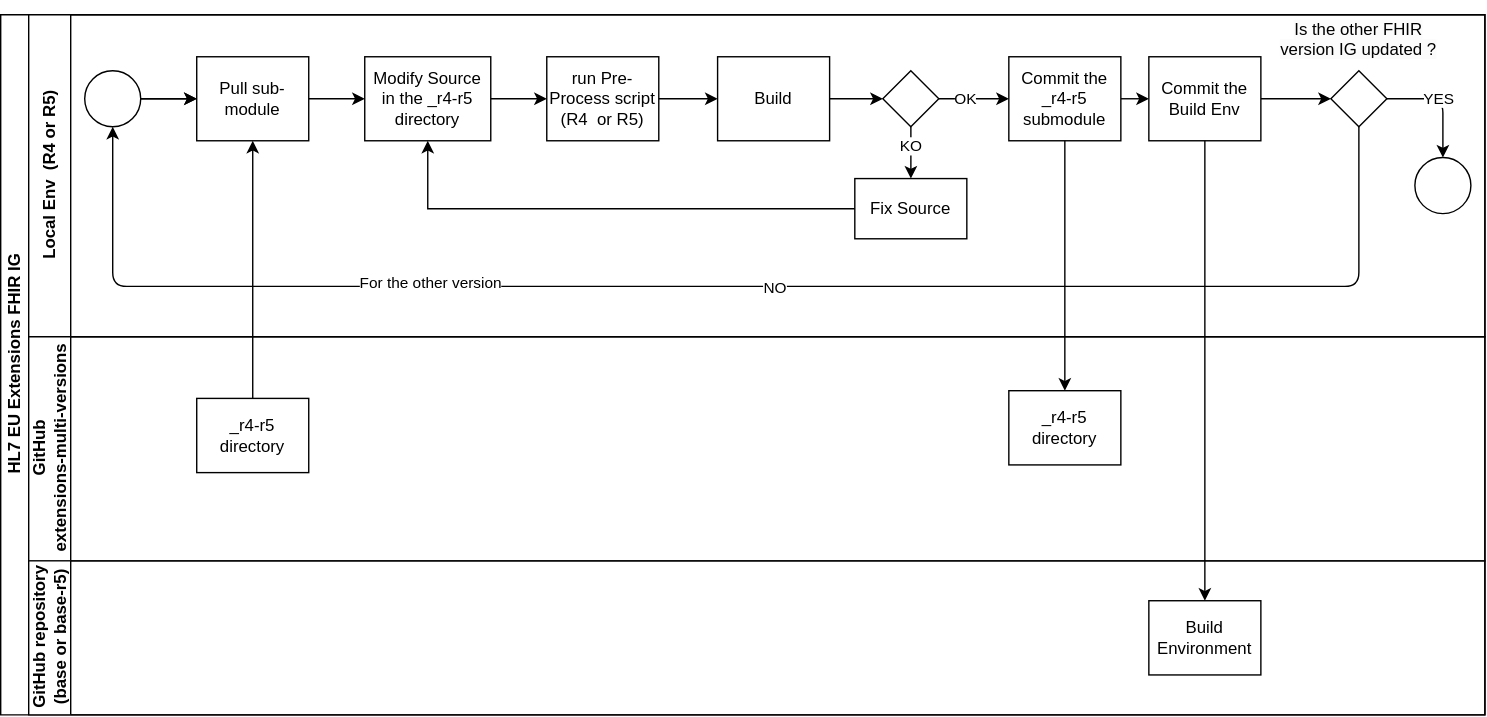
The draw.io diagram change-mgmt.drawio.svg in hl7-eu/extensions, before a commit. Source tidied: cells renumbered, new cells last; positions are measured from the earlier drawing's top-left corner, leaving out a move shared by most shapes. Source of this version:
```xml
<mxGraphModel>
  <root>
    <mxCell id="0" />
    <mxCell id="1" parent="0" />
    <mxCell id="2" value="HL7 EU Extensions FHIR IG" style="swimlane;html=1;horizontal=0;startSize=20;" parent="1" vertex="1">
      <mxGeometry width="1060" height="500" as="geometry" />
    </mxCell>
    <mxCell id="3" value="Local Env&amp;nbsp; (R4 or R5)" style="swimlane;html=1;startSize=30;horizontal=0;" parent="2" vertex="1">
      <mxGeometry x="20" width="1040" height="230" as="geometry" />
    </mxCell>
    <mxCell id="4" style="edgeStyle=orthogonalEdgeStyle;rounded=0;jettySize=auto;html=1;" parent="3" edge="1" source="6" target="24">
      <mxGeometry relative="1" as="geometry" />
    </mxCell>
    <mxCell id="5" style="edgeStyle=none;html=1;" parent="3" edge="1" source="6" target="24">
      <mxGeometry relative="1" as="geometry" />
    </mxCell>
    <mxCell id="6" style="ellipse;whiteSpace=wrap;html=1;" parent="3" vertex="1">
      <mxGeometry x="40" y="40" width="40" height="40" as="geometry" />
    </mxCell>
    <mxCell id="7" style="edgeStyle=orthogonalEdgeStyle;rounded=0;jettySize=auto;html=1;exitX=1;exitY=0.5;exitDx=0;exitDy=0;entryX=0;entryY=0.5;entryDx=0;entryDy=0;" parent="3" edge="1" source="8" target="10">
      <mxGeometry relative="1" as="geometry" />
    </mxCell>
    <mxCell id="8" value="Modify Source in the _r4-r5 directory" style="rounded=0;whiteSpace=wrap;html=1;fontFamily=Helvetica;fontSize=12;fontColor=#000000;align=center;" parent="3" vertex="1">
      <mxGeometry x="240" y="30" width="90" height="60" as="geometry" />
    </mxCell>
    <mxCell id="9" style="edgeStyle=orthogonalEdgeStyle;rounded=0;jettySize=auto;html=1;" parent="3" edge="1" source="10" target="22">
      <mxGeometry relative="1" as="geometry" />
    </mxCell>
    <mxCell id="10" value="run Pre-Process script (R4&amp;nbsp; or R5)" style="rounded=0;whiteSpace=wrap;html=1;fontFamily=Helvetica;fontSize=12;fontColor=#000000;align=center;" parent="3" vertex="1">
      <mxGeometry x="370" y="30" width="80" height="60" as="geometry" />
    </mxCell>
    <mxCell id="11" style="edgeStyle=none;html=1;entryX=0;entryY=0.5;entryDx=0;entryDy=0;" parent="3" edge="1" source="12" target="30">
      <mxGeometry relative="1" as="geometry" />
    </mxCell>
    <mxCell id="12" value="Commit the _r4-r5 submodule" style="rounded=0;whiteSpace=wrap;html=1;fontFamily=Helvetica;fontSize=12;fontColor=#000000;align=center;" parent="3" vertex="1">
      <mxGeometry x="700" y="30" width="80" height="60" as="geometry" />
    </mxCell>
    <mxCell id="13" style="edgeStyle=orthogonalEdgeStyle;rounded=0;jettySize=auto;html=1;" parent="3" edge="1" source="17" target="20">
      <mxGeometry relative="1" as="geometry" />
    </mxCell>
    <mxCell id="14" value="KO" style="edgeLabel;html=1;align=center;verticalAlign=middle;" parent="13" vertex="1">
      <mxGeometry x="-0.33" relative="1" as="geometry" />
    </mxCell>
    <mxCell id="15" style="edgeStyle=orthogonalEdgeStyle;rounded=0;jettySize=auto;html=1;" parent="3" edge="1" source="17" target="12">
      <mxGeometry relative="1" as="geometry" />
    </mxCell>
    <mxCell id="16" value="OK" style="edgeLabel;html=1;align=center;verticalAlign=middle;" parent="15" vertex="1">
      <mxGeometry x="-0.27" relative="1" as="geometry" />
    </mxCell>
    <mxCell id="17" style="rhombus;whiteSpace=wrap;html=1;fontFamily=Helvetica;fontSize=12;fontColor=#000000;align=center;" parent="3" vertex="1">
      <mxGeometry x="610" y="40" width="40" height="40" as="geometry" />
    </mxCell>
    <mxCell id="18" style="edgeStyle=orthogonalEdgeStyle;rounded=0;orthogonalLoop=1;jettySize=auto;html=1;exitX=0.5;exitY=1;exitDx=0;exitDy=0;" parent="3" edge="1" source="17" target="17">
      <mxGeometry relative="1" as="geometry" />
    </mxCell>
    <mxCell id="19" style="edgeStyle=orthogonalEdgeStyle;rounded=0;jettySize=auto;html=1;entryX=0.5;entryY=1;entryDx=0;entryDy=0;" parent="3" edge="1" source="20" target="8">
      <mxGeometry relative="1" as="geometry" />
    </mxCell>
    <mxCell id="20" value="Fix Source" style="rounded=0;whiteSpace=wrap;html=1;fontFamily=Helvetica;fontSize=12;fontColor=#000000;align=center;" parent="3" vertex="1">
      <mxGeometry x="590" y="117" width="80" height="43" as="geometry" />
    </mxCell>
    <mxCell id="21" style="edgeStyle=orthogonalEdgeStyle;rounded=0;jettySize=auto;html=1;" parent="3" edge="1" source="22" target="17">
      <mxGeometry relative="1" as="geometry" />
    </mxCell>
    <mxCell id="22" value="Build" style="rounded=0;whiteSpace=wrap;html=1;fontFamily=Helvetica;fontSize=12;fontColor=#000000;align=center;" parent="3" vertex="1">
      <mxGeometry x="492" y="30" width="80" height="60" as="geometry" />
    </mxCell>
    <mxCell id="23" style="edgeStyle=orthogonalEdgeStyle;rounded=0;jettySize=auto;html=1;" parent="3" edge="1" source="24" target="8">
      <mxGeometry relative="1" as="geometry" />
    </mxCell>
    <mxCell id="24" value="Pull sub-module" style="rounded=0;whiteSpace=wrap;html=1;fontFamily=Helvetica;fontSize=12;fontColor=#000000;align=center;" parent="3" vertex="1">
      <mxGeometry x="120" y="30" width="80" height="60" as="geometry" />
    </mxCell>
    <mxCell id="25" style="edgeStyle=elbowEdgeStyle;html=1;entryX=0.5;entryY=1;entryDx=0;entryDy=0;exitX=0.5;exitY=1;exitDx=0;exitDy=0;" parent="3" edge="1" source="33" target="6">
      <mxGeometry relative="1" as="geometry">
        <Array as="points">
          <mxPoint x="520" y="194" />
        </Array>
      </mxGeometry>
    </mxCell>
    <mxCell id="26" value="For the other version&amp;nbsp;" style="edgeLabel;html=1;align=center;verticalAlign=middle;" parent="25" vertex="1">
      <mxGeometry x="0.39" y="-2" relative="1" as="geometry" />
    </mxCell>
    <mxCell id="27" value="NO" style="edgeLabel;html=1;align=center;verticalAlign=middle;" parent="25" vertex="1">
      <mxGeometry x="-0.05" y="1" relative="1" as="geometry" />
    </mxCell>
    <mxCell id="28" style="ellipse;whiteSpace=wrap;html=1;" parent="3" vertex="1">
      <mxGeometry x="990" y="102" width="40" height="40" as="geometry" />
    </mxCell>
    <mxCell id="29" style="edgeStyle=none;html=1;exitX=1;exitY=0.5;exitDx=0;exitDy=0;entryX=0;entryY=0.5;entryDx=0;entryDy=0;" parent="3" edge="1" source="30" target="33">
      <mxGeometry relative="1" as="geometry" />
    </mxCell>
    <mxCell id="30" value="Commit the Build Env" style="rounded=0;whiteSpace=wrap;html=1;fontFamily=Helvetica;fontSize=12;fontColor=#000000;align=center;" parent="3" vertex="1">
      <mxGeometry x="800" y="30" width="80" height="60" as="geometry" />
    </mxCell>
    <mxCell id="31" style="edgeStyle=elbowEdgeStyle;html=1;entryX=0.5;entryY=0;entryDx=0;entryDy=0;elbow=vertical;exitX=1;exitY=0.5;exitDx=0;exitDy=0;" parent="3" edge="1" source="33" target="28">
      <mxGeometry relative="1" as="geometry">
        <Array as="points">
          <mxPoint x="1010" y="60" />
        </Array>
      </mxGeometry>
    </mxCell>
    <mxCell id="32" value="YES" style="edgeLabel;html=1;align=center;verticalAlign=middle;" parent="31" vertex="1">
      <mxGeometry x="-0.1" relative="1" as="geometry" />
    </mxCell>
    <mxCell id="33" style="rhombus;whiteSpace=wrap;html=1;fontFamily=Helvetica;fontSize=12;fontColor=#000000;align=center;" parent="3" vertex="1">
      <mxGeometry x="930" y="40" width="40" height="40" as="geometry" />
    </mxCell>
    <mxCell id="34" value="&#10;&lt;span style=&quot;color: rgb(0, 0, 0); font-family: Helvetica; font-size: 12px; font-style: normal; font-variant-ligatures: normal; font-variant-caps: normal; font-weight: 400; letter-spacing: normal; orphans: 2; text-align: center; text-indent: 0px; text-transform: none; widows: 2; word-spacing: 0px; -webkit-text-stroke-width: 0px; white-space: normal; background-color: rgb(251, 251, 251); text-decoration-thickness: initial; text-decoration-style: initial; text-decoration-color: initial; display: inline !important; float: none;&quot;&gt;Is the other FHIR version IG updated ?&lt;/span&gt;&#10;&#10;" style="text;html=1;align=center;verticalAlign=middle;whiteSpace=wrap;rounded=0;" parent="3" vertex="1">
      <mxGeometry x="890" y="10" width="120" height="30" as="geometry" />
    </mxCell>
    <mxCell id="35" value="GitHub&lt;div&gt;extensions-multi-versions&lt;/div&gt;" style="swimlane;html=1;startSize=30;horizontal=0;" parent="2" vertex="1">
      <mxGeometry x="20" y="230" width="1040" height="160" as="geometry" />
    </mxCell>
    <mxCell id="36" value="_r4-r5 directory" style="rounded=0;whiteSpace=wrap;html=1;fontFamily=Helvetica;fontSize=12;fontColor=#000000;align=center;" parent="35" vertex="1">
      <mxGeometry x="120" y="44" width="80" height="53" as="geometry" />
    </mxCell>
    <mxCell id="37" value="_r4-r5 directory" style="rounded=0;whiteSpace=wrap;html=1;fontFamily=Helvetica;fontSize=12;fontColor=#000000;align=center;" parent="35" vertex="1">
      <mxGeometry x="700" y="38.5" width="80" height="53" as="geometry" />
    </mxCell>
    <mxCell id="38" value="GitHub repository&lt;div&gt;&amp;nbsp;(base or base-r5)&lt;/div&gt;" style="swimlane;html=1;startSize=30;horizontal=0;" parent="2" vertex="1">
      <mxGeometry x="20" y="390" width="1040" height="110" as="geometry" />
    </mxCell>
    <mxCell id="39" value="Build Environment" style="rounded=0;whiteSpace=wrap;html=1;fontFamily=Helvetica;fontSize=12;fontColor=#000000;align=center;" parent="38" vertex="1">
      <mxGeometry x="800" y="28.5" width="80" height="53" as="geometry" />
    </mxCell>
    <mxCell id="40" style="edgeStyle=none;html=1;exitX=0.5;exitY=0;exitDx=0;exitDy=0;entryX=0.5;entryY=1;entryDx=0;entryDy=0;" parent="2" edge="1" source="36" target="24">
      <mxGeometry relative="1" as="geometry" />
    </mxCell>
    <mxCell id="41" style="edgeStyle=none;html=1;entryX=0.5;entryY=0;entryDx=0;entryDy=0;" parent="2" edge="1" source="12" target="37">
      <mxGeometry relative="1" as="geometry" />
    </mxCell>
    <mxCell id="42" style="edgeStyle=none;html=1;entryX=0.5;entryY=0;entryDx=0;entryDy=0;" parent="2" edge="1" source="30" target="39">
      <mxGeometry relative="1" as="geometry" />
    </mxCell>
  </root>
</mxGraphModel>
```
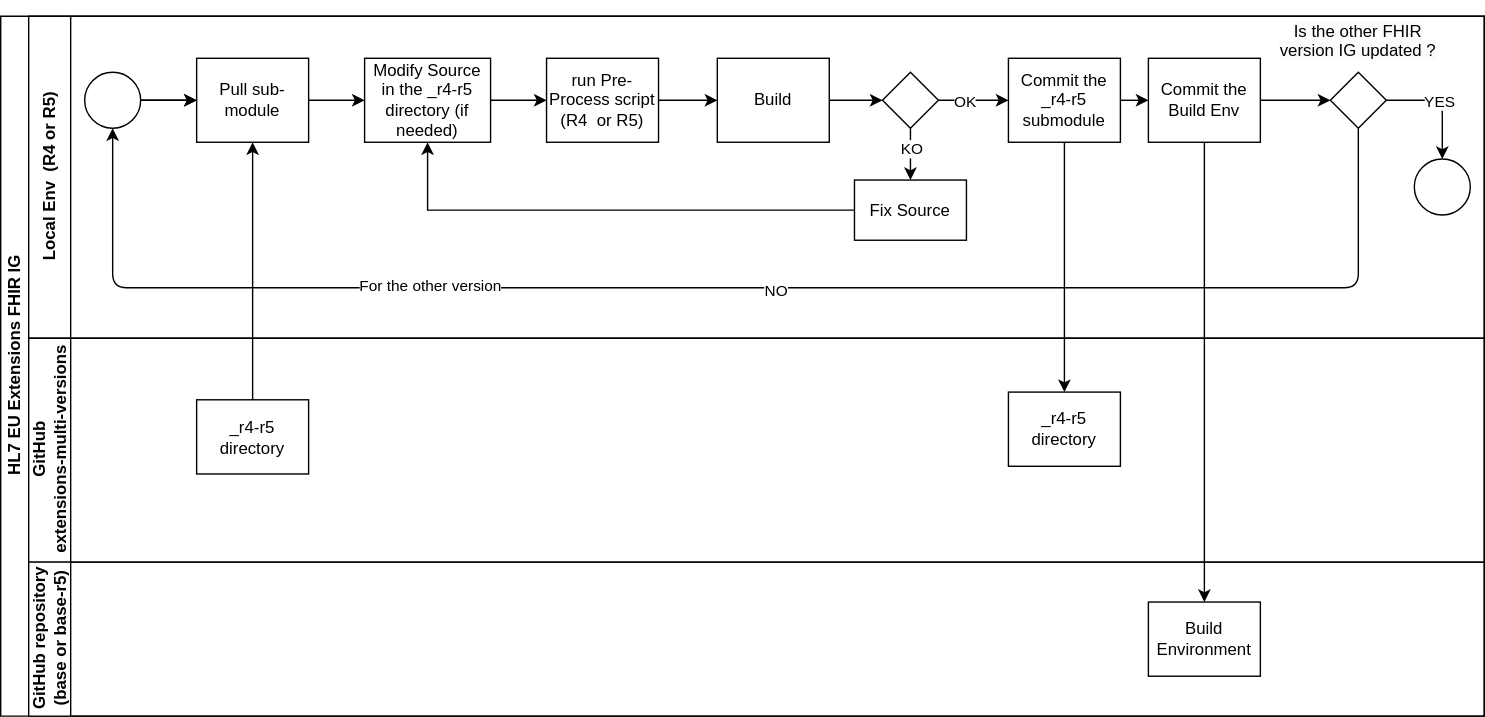
After the change.

Change to the diagram source:
```diff
@@ -20,7 +20,7 @@
     <mxCell id="7" style="edgeStyle=orthogonalEdgeStyle;rounded=0;jettySize=auto;html=1;exitX=1;exitY=0.5;exitDx=0;exitDy=0;entryX=0;entryY=0.5;entryDx=0;entryDy=0;" parent="3" edge="1" source="8" target="10">
       <mxGeometry relative="1" as="geometry" />
     </mxCell>
-    <mxCell id="8" value="Modify Source in the _r4-r5 directory" style="rounded=0;whiteSpace=wrap;html=1;fontFamily=Helvetica;fontSize=12;fontColor=#000000;align=center;" parent="3" vertex="1">
+    <mxCell id="8" value="Modify Source in the _r4-r5 directory (if needed)" style="rounded=0;whiteSpace=wrap;html=1;fontFamily=Helvetica;fontSize=12;fontColor=#000000;align=center;" parent="3" vertex="1">
       <mxGeometry x="240" y="30" width="90" height="60" as="geometry" />
     </mxCell>
     <mxCell id="9" style="edgeStyle=orthogonalEdgeStyle;rounded=0;jettySize=auto;html=1;" parent="3" edge="1" source="10" target="22">
```
